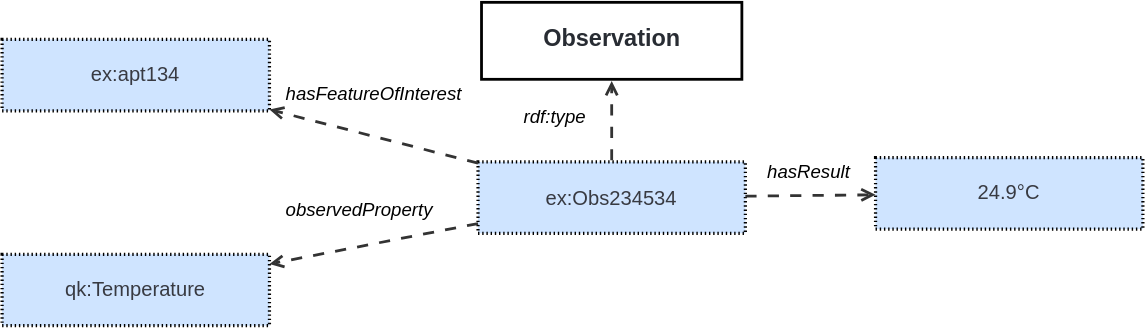
Above: ssn/images/UOM-general.svg in afeliachi/sdw-sosa-ssn (draw.io), before the change. Source tidied: cells renumbered, new cells last; positions are measured from the earlier drawing's top-left corner, leaving out a move shared by most shapes.
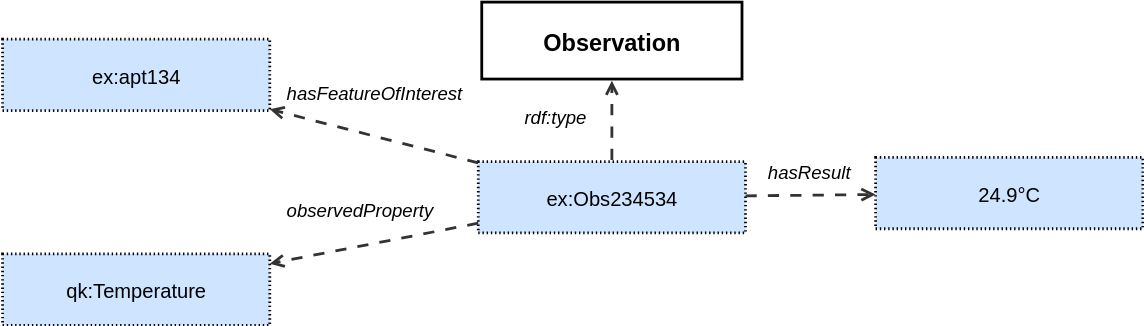
After the commit.

What changed in the source:
```diff
@@ -2,43 +2,43 @@
   <root>
     <mxCell id="0" />
     <mxCell id="1" parent="0" />
-    <mxCell id="2" value="ex:Obs234534" style="html=1;overflow=block;blockSpacing=1;whiteSpace=wrap;fontSize=14.4;fontFamily=Helvetica;fontColor=#383a42;align=center;spacing=0;strokeOpacity=100;fillOpacity=100;fillColor=#cfe4ff;dashed=1;fixDash=1;dashPattern=1 2;strokeWidth=2.3;" parent="1" vertex="1">
+    <mxCell id="2" value="ex:Obs234534" style="html=1;overflow=block;blockSpacing=1;whiteSpace=wrap;fontSize=14.4;fontFamily=Helvetica;fontColor=default;align=center;spacing=0;strokeOpacity=100;fillOpacity=100;fillColor=#cfe4ff;dashed=1;fixDash=1;dashPattern=1 2;strokeWidth=2;convertToSvg=1;" parent="1" vertex="1">
       <mxGeometry x="340" y="114" width="191" height="51" as="geometry" />
     </mxCell>
-    <mxCell id="3" value="Observation" style="html=1;overflow=block;blockSpacing=1;whiteSpace=wrap;fontSize=16.8;fontColor=#282c33;fontStyle=1;align=center;spacing=0;strokeOpacity=100;fillOpacity=0;fillColor=#000000;strokeWidth=2;" parent="1" vertex="1">
+    <mxCell id="3" value="Observation" style="html=1;overflow=block;blockSpacing=1;whiteSpace=wrap;fontSize=16.8;fontColor=default;fontStyle=1;align=center;spacing=0;strokeOpacity=100;fillOpacity=0;fillColor=#000000;strokeWidth=2;convertToSvg=1;" parent="1" vertex="1">
       <mxGeometry x="342.5" width="186" height="55" as="geometry" />
     </mxCell>
-    <mxCell id="4" value="rdf:type" style="html=1;overflow=block;blockSpacing=1;whiteSpace=wrap;fontSize=13.3;fontStyle=2;align=left;spacing=3.8;verticalAlign=top;strokeColor=none;fillOpacity=0;fillColor=#ffffff;dashed=1;fixDash=1;dashPattern=16 6;strokeWidth=0;lucidId=0ZtLoD1I2n68;" parent="1" vertex="1">
+    <mxCell id="4" value="rdf:type" style="html=1;overflow=block;blockSpacing=1;whiteSpace=wrap;fontSize=13.3;fontStyle=2;align=left;spacing=3.8;verticalAlign=top;strokeColor=none;fillOpacity=0;fillColor=#ffffff;dashed=1;fixDash=1;dashPattern=16 6;strokeWidth=2;lucidId=0ZtLoD1I2n68;fontColor=default;convertToSvg=1;" parent="1" vertex="1">
       <mxGeometry x="370" y="72" width="70" height="28" as="geometry" />
     </mxCell>
-    <mxCell id="5" style="html=1;jettySize=18;whiteSpace=wrap;fontSize=13;strokeColor=#333333;strokeOpacity=100;dashed=1;fixDash=1;dashPattern=8 8;strokeWidth=2;rounded=0;startArrow=none;endArrow=open;exitX=0.5;exitY=-0.022;exitPerimeter=0;entryX=0.5;entryY=1.021;entryPerimeter=0;lucidId=0ZtLjH5MFli1;" parent="1" edge="1" source="2" target="3">
+    <mxCell id="5" style="html=1;jettySize=18;whiteSpace=wrap;fontSize=13;strokeColor=#333333;strokeOpacity=100;dashed=1;fixDash=1;dashPattern=8 8;strokeWidth=2;rounded=0;startArrow=none;endArrow=open;exitX=0.5;exitY=-0.022;exitPerimeter=0;entryX=0.5;entryY=1.021;entryPerimeter=0;lucidId=0ZtLjH5MFli1;fontColor=default;convertToSvg=1;" parent="1" edge="1" source="2" target="3">
       <mxGeometry relative="1" as="geometry" />
     </mxCell>
-    <mxCell id="6" value="ex:apt134" style="html=1;overflow=block;blockSpacing=1;whiteSpace=wrap;fontSize=14.4;fontFamily=Helvetica;fontColor=#383a42;align=center;spacing=0;strokeOpacity=100;fillOpacity=100;fillColor=#cfe4ff;dashed=1;fixDash=1;dashPattern=1 2;strokeWidth=2.3;" parent="1" vertex="1">
+    <mxCell id="6" value="ex:apt134" style="html=1;overflow=block;blockSpacing=1;whiteSpace=wrap;fontSize=14.4;fontFamily=Helvetica;fontColor=default;align=center;spacing=0;strokeOpacity=100;fillOpacity=100;fillColor=#cfe4ff;dashed=1;fixDash=1;dashPattern=1 2;strokeWidth=2;convertToSvg=1;" parent="1" vertex="1">
       <mxGeometry y="26.5" width="191" height="51" as="geometry" />
     </mxCell>
-    <mxCell id="7" value="qk:Temperature" style="html=1;overflow=block;blockSpacing=1;whiteSpace=wrap;fontSize=14.4;fontFamily=Helvetica;fontColor=#383a42;align=center;spacing=0;strokeOpacity=100;fillOpacity=100;fillColor=#cfe4ff;dashed=1;fixDash=1;dashPattern=1 2;strokeWidth=2.3;" parent="1" vertex="1">
+    <mxCell id="7" value="qk:Temperature" style="html=1;overflow=block;blockSpacing=1;whiteSpace=wrap;fontSize=14.4;fontFamily=Helvetica;fontColor=default;align=center;spacing=0;strokeOpacity=100;fillOpacity=100;fillColor=#cfe4ff;dashed=1;fixDash=1;dashPattern=1 2;strokeWidth=2;convertToSvg=1;" parent="1" vertex="1">
       <mxGeometry y="180" width="191" height="51" as="geometry" />
     </mxCell>
-    <mxCell id="8" value="24.9°C" style="html=1;overflow=block;blockSpacing=1;whiteSpace=wrap;fontSize=14.4;fontFamily=Helvetica;fontColor=#383a42;align=center;spacing=0;strokeOpacity=100;fillOpacity=100;fillColor=#cfe4ff;dashed=1;fixDash=1;dashPattern=1 2;strokeWidth=2.3;" parent="1" vertex="1">
+    <mxCell id="8" value="24.9°C" style="html=1;overflow=block;blockSpacing=1;whiteSpace=wrap;fontSize=14.4;fontFamily=Helvetica;fontColor=default;align=center;spacing=0;strokeOpacity=100;fillOpacity=100;fillColor=#cfe4ff;dashed=1;fixDash=1;dashPattern=1 2;strokeWidth=2;convertToSvg=1;" parent="1" vertex="1">
       <mxGeometry x="624" y="111" width="191" height="51" as="geometry" />
     </mxCell>
-    <mxCell id="9" style="html=1;jettySize=18;whiteSpace=wrap;fontSize=13;strokeColor=#333333;strokeOpacity=100;dashed=1;fixDash=1;dashPattern=8 8;strokeWidth=2;rounded=0;startArrow=none;endArrow=open;lucidId=0ZtL0HBQd7HC;" parent="1" edge="1" source="2" target="6">
+    <mxCell id="9" style="html=1;jettySize=18;whiteSpace=wrap;fontSize=13;strokeColor=#333333;strokeOpacity=100;dashed=1;fixDash=1;dashPattern=8 8;strokeWidth=2;rounded=0;startArrow=none;endArrow=open;lucidId=0ZtL0HBQd7HC;fontColor=default;convertToSvg=1;" parent="1" edge="1" source="2" target="6">
       <mxGeometry relative="1" as="geometry" />
     </mxCell>
-    <mxCell id="10" style="html=1;jettySize=18;whiteSpace=wrap;fontSize=13;strokeColor=#333333;strokeOpacity=100;dashed=1;fixDash=1;dashPattern=8 8;strokeWidth=2;rounded=0;startArrow=none;endArrow=open;lucidId=0ZtL0HBQd7HC;" parent="1" edge="1" source="2" target="7">
+    <mxCell id="10" style="html=1;jettySize=18;whiteSpace=wrap;fontSize=13;strokeColor=#333333;strokeOpacity=100;dashed=1;fixDash=1;dashPattern=8 8;strokeWidth=2;rounded=0;startArrow=none;endArrow=open;lucidId=0ZtL0HBQd7HC;fontColor=default;convertToSvg=1;" parent="1" edge="1" source="2" target="7">
       <mxGeometry relative="1" as="geometry" />
     </mxCell>
-    <mxCell id="11" style="html=1;jettySize=18;whiteSpace=wrap;fontSize=13;strokeColor=#333333;strokeOpacity=100;dashed=1;fixDash=1;dashPattern=8 8;strokeWidth=2;rounded=0;startArrow=none;endArrow=open;lucidId=0ZtL0HBQd7HC;" parent="1" edge="1" source="2" target="8">
+    <mxCell id="11" style="html=1;jettySize=18;whiteSpace=wrap;fontSize=13;strokeColor=#333333;strokeOpacity=100;dashed=1;fixDash=1;dashPattern=8 8;strokeWidth=2;rounded=0;startArrow=none;endArrow=open;lucidId=0ZtL0HBQd7HC;fontColor=default;convertToSvg=1;" parent="1" edge="1" source="2" target="8">
       <mxGeometry relative="1" as="geometry" />
     </mxCell>
-    <mxCell id="12" value="hasResult" style="html=1;overflow=block;blockSpacing=1;whiteSpace=wrap;fontSize=13.3;fontStyle=2;align=left;spacing=3.8;verticalAlign=top;strokeColor=none;fillOpacity=0;fillColor=#ffffff;dashed=1;fixDash=1;dashPattern=16 6;strokeWidth=0;lucidId=0ZtLjIqilOCG;" parent="1" vertex="1">
+    <mxCell id="12" value="hasResult" style="html=1;overflow=block;blockSpacing=1;whiteSpace=wrap;fontSize=13.3;fontStyle=2;align=left;spacing=3.8;verticalAlign=top;strokeColor=none;fillOpacity=0;fillColor=#ffffff;dashed=1;fixDash=1;dashPattern=16 6;strokeWidth=2;lucidId=0ZtLjIqilOCG;fontColor=default;convertToSvg=1;" parent="1" vertex="1">
       <mxGeometry x="544" y="111" width="101" height="24" as="geometry" />
     </mxCell>
-    <mxCell id="13" value="observedProperty" style="html=1;overflow=block;blockSpacing=1;whiteSpace=wrap;fontSize=13.3;fontStyle=2;align=left;spacing=3.8;verticalAlign=top;strokeColor=none;fillOpacity=0;fillColor=#ffffff;dashed=1;fixDash=1;dashPattern=16 6;strokeWidth=0;lucidId=0ZtLjIqilOCG;" parent="1" vertex="1">
+    <mxCell id="13" value="observedProperty" style="html=1;overflow=block;blockSpacing=1;whiteSpace=wrap;fontSize=13.3;fontStyle=2;align=left;spacing=3.8;verticalAlign=top;strokeColor=none;fillOpacity=0;fillColor=#ffffff;dashed=1;fixDash=1;dashPattern=16 6;strokeWidth=2;lucidId=0ZtLjIqilOCG;fontColor=default;convertToSvg=1;" parent="1" vertex="1">
       <mxGeometry x="200" y="138" width="101" height="24" as="geometry" />
     </mxCell>
-    <mxCell id="14" value="hasFeatureOfInterest" style="html=1;overflow=block;blockSpacing=1;whiteSpace=wrap;fontSize=13.3;fontStyle=2;align=left;spacing=3.8;verticalAlign=top;strokeColor=none;fillOpacity=0;fillColor=#ffffff;dashed=1;fixDash=1;dashPattern=16 6;strokeWidth=0;lucidId=0ZtLjIqilOCG;" parent="1" vertex="1">
+    <mxCell id="14" value="hasFeatureOfInterest" style="html=1;overflow=block;blockSpacing=1;whiteSpace=wrap;fontSize=13.3;fontStyle=2;align=left;spacing=3.8;verticalAlign=top;strokeColor=none;fillOpacity=0;fillColor=#ffffff;dashed=1;fixDash=1;dashPattern=16 6;strokeWidth=2;lucidId=0ZtLjIqilOCG;fontColor=default;convertToSvg=1;" parent="1" vertex="1">
       <mxGeometry x="200" y="55" width="101" height="24" as="geometry" />
     </mxCell>
   </root>
```
